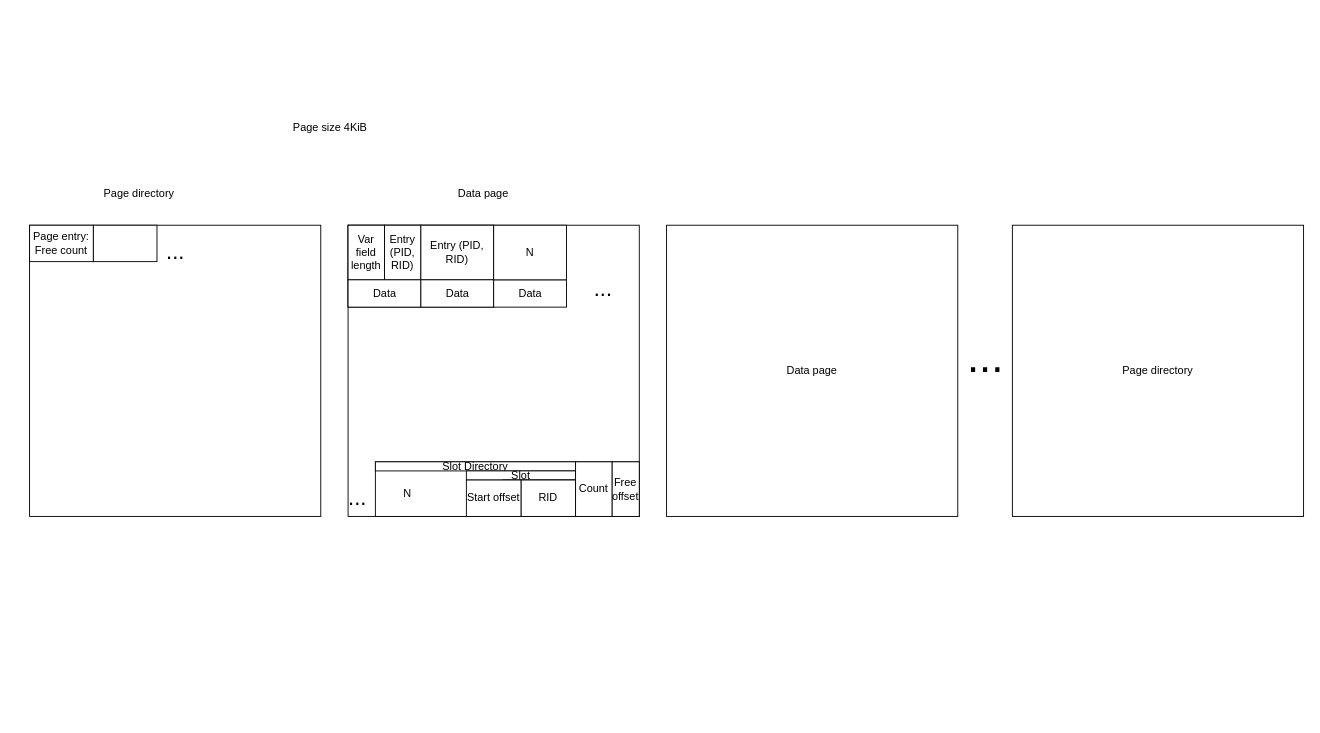
carloshernandez2/clj-db keeps this draw.io diagram as diagram.drawio. Above is the earlier version. Source tidied: cells renumbered, new cells numbered last; positions are measured from the earlier drawing's top-left corner, leaving out a move shared by most shapes. Both pictures are drawn from the tidied source at 91%, with x=0, y=0 at pixel (29, 114).
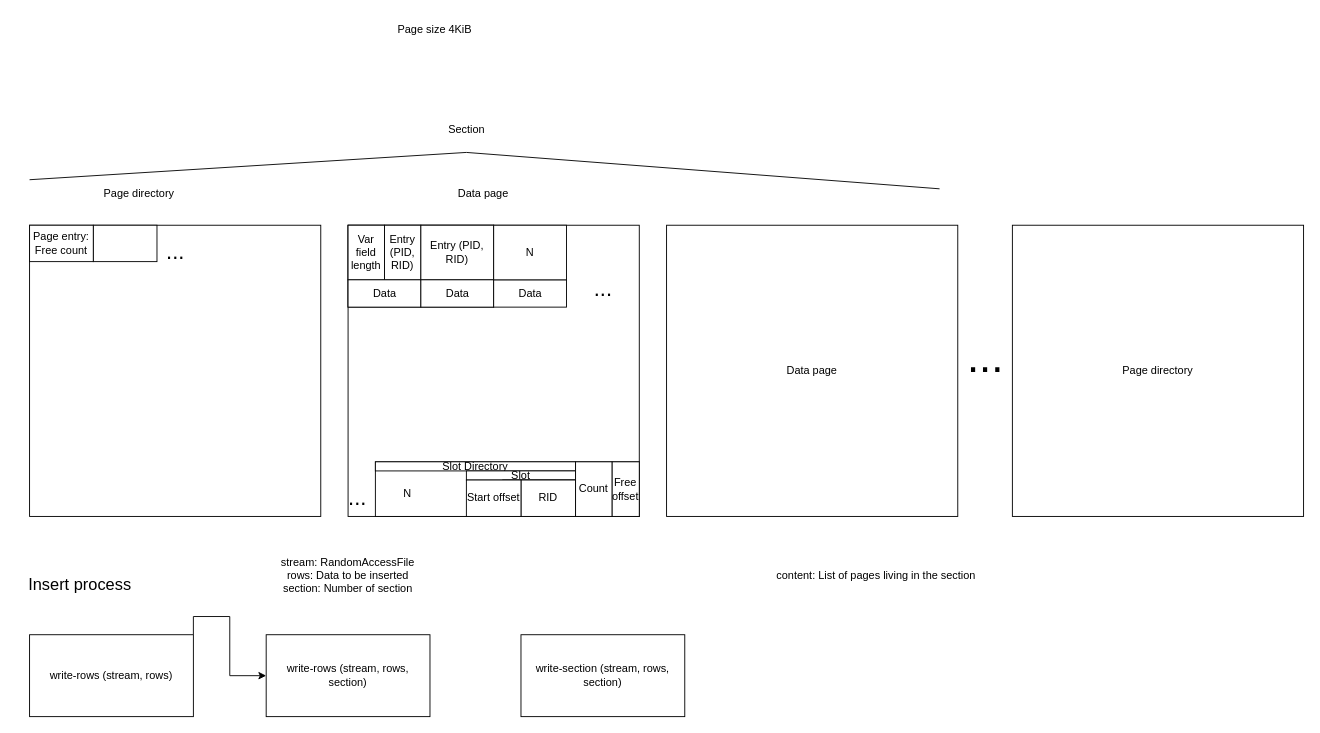
The same page after the edit.

The edit, as a diff of the source:
```diff
@@
     <mxCell id="31" value="Page size 4KiB" style="text;html=1;align=center;verticalAlign=middle;strokeColor=none;fillColor=none;" parent="1" vertex="1">
-      <mxGeometry x="280" width="100" height="30" as="geometry" />
+      <mxGeometry x="395" y="-108" width="100" height="30" as="geometry" />
     </mxCell>
@@
+    <mxCell id="35" value="&lt;font style=&quot;font-size: 18px;&quot;&gt;Insert process&lt;/font&gt;" style="text;html=1;align=center;verticalAlign=middle;strokeColor=none;fillColor=none;" parent="1" vertex="1">
+      <mxGeometry x="-15" y="497" width="140" height="40" as="geometry" />
+    </mxCell>
+    <mxCell id="36" style="edgeStyle=orthogonalEdgeStyle;rounded=0;jettySize=auto;html=1;exitX=1;exitY=0;exitDx=0;exitDy=0;" parent="1" edge="1" source="37" target="38">
+      <mxGeometry relative="1" as="geometry" />
+    </mxCell>
+    <mxCell id="37" value="write-rows (stream, rows)" style="rounded=0;whiteSpace=wrap;html=1;" parent="1" vertex="1">
+      <mxGeometry y="572" width="180" height="90" as="geometry" />
+    </mxCell>
+    <mxCell id="38" value="write-rows (stream, rows, section)" style="rounded=0;whiteSpace=wrap;html=1;" parent="1" vertex="1">
+      <mxGeometry x="260" y="572" width="180" height="90" as="geometry" />
+    </mxCell>
+    <mxCell id="39" value="stream: RandomAccessFile&lt;br&gt;rows: Data to be inserted&lt;br&gt;section: Number of section" style="text;html=1;align=center;verticalAlign=middle;whiteSpace=wrap;rounded=0;" parent="1" vertex="1">
+      <mxGeometry x="275" y="492" width="150" height="30" as="geometry" />
+    </mxCell>
+    <mxCell id="40" value="content: List of pages living in the section" style="text;html=1;align=center;verticalAlign=middle;strokeColor=none;fillColor=none;" parent="1" vertex="1">
+      <mxGeometry x="810" y="492" width="240" height="30" as="geometry" />
+    </mxCell>
+    <mxCell id="41" style="endArrow=none;html=1;rounded=0;" parent="1" edge="1">
+      <mxGeometry relative="1" as="geometry">
+        <mxPoint y="72" as="sourcePoint" />
+        <mxPoint x="1000" y="82" as="targetPoint" />
+        <Array as="points">
+          <mxPoint x="480" y="42" />
+        </Array>
+      </mxGeometry>
+    </mxCell>
+    <mxCell id="42" value="Section" style="text;html=1;align=center;verticalAlign=middle;strokeColor=none;fillColor=none;" parent="1" vertex="1">
+      <mxGeometry x="450" y="2" width="60" height="30" as="geometry" />
+    </mxCell>
+    <mxCell id="43" value="write-section (stream, rows, section)" style="rounded=0;whiteSpace=wrap;html=1;" parent="1" vertex="1">
+      <mxGeometry x="540" y="572" width="180" height="90" as="geometry" />
+    </mxCell>
```
